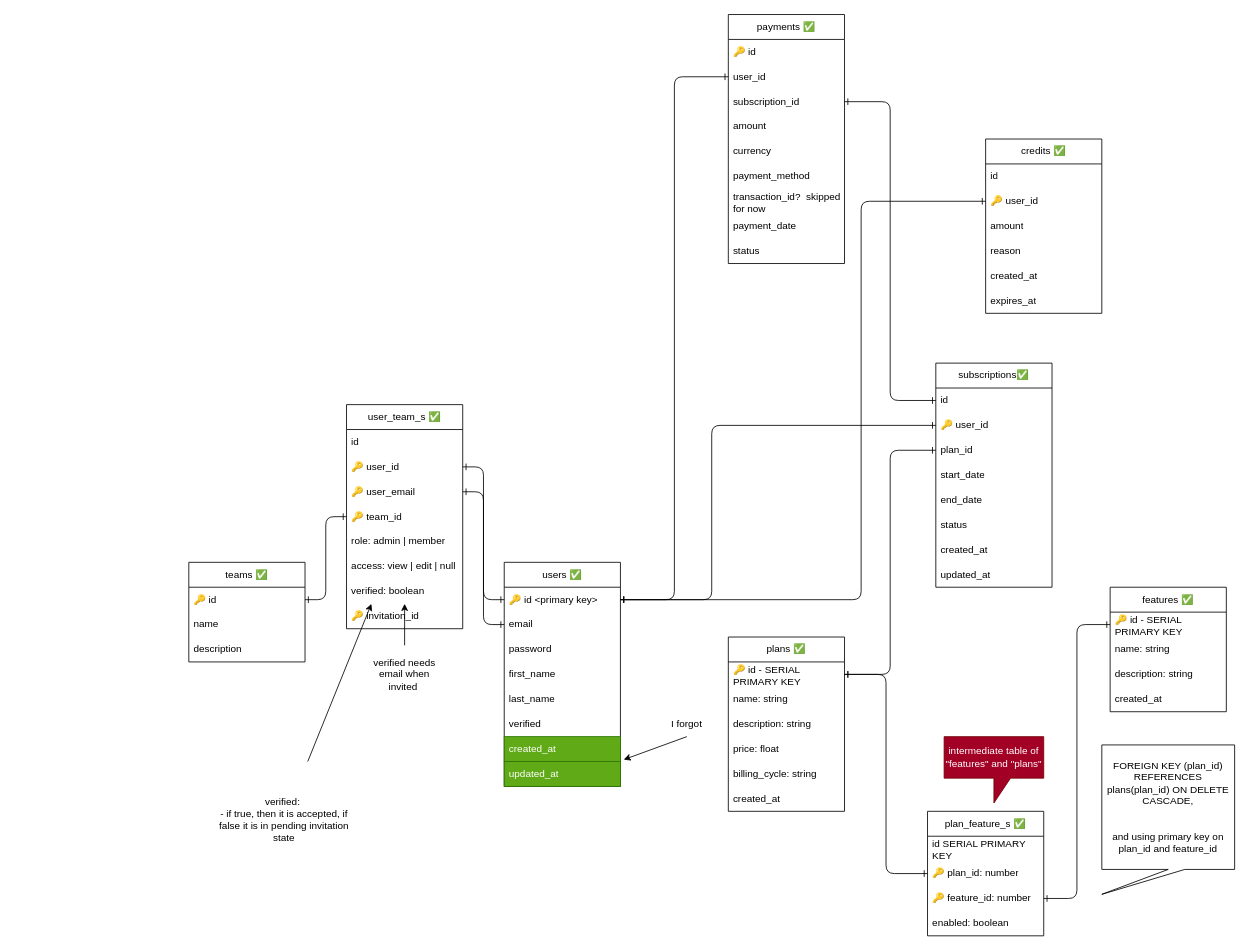
Earlier version of the draw.io diagram page "database design" (1 of 6) of sketch.drawio (danirisdiandita/Startup-Monorepo-Template). Source tidied: cells renumbered, new cells numbered last; positions are measured from the earlier drawing's top-left corner, leaving out a move shared by most shapes. Both pictures are drawn from the tidied source at 83%, with x=0, y=0 at pixel (188, 14).
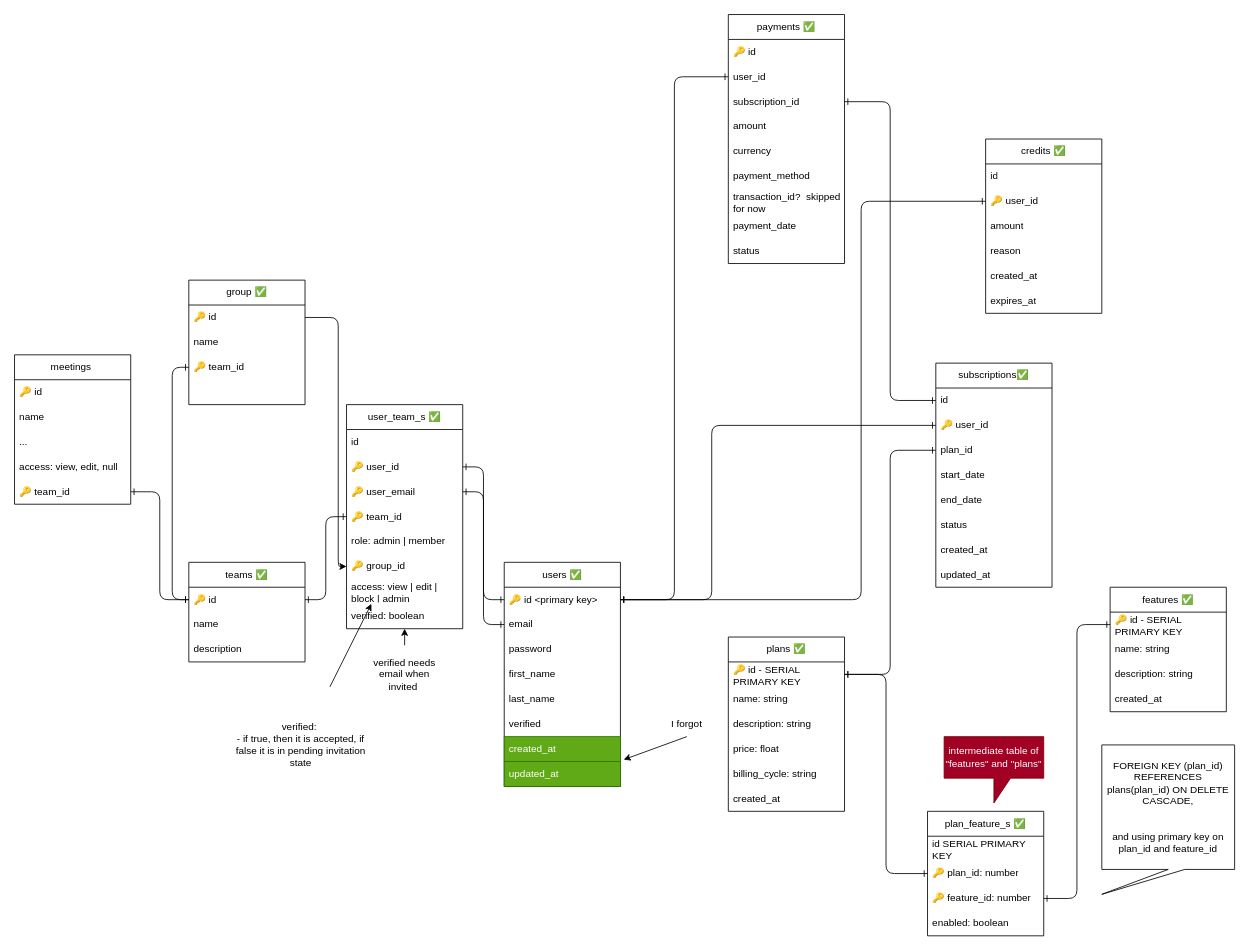
After the change.

The change refers to these unchanged cells:
```xml
<mxCell id="66" value="🔑 id" style="text;strokeColor=none;fillColor=none;align=left;verticalAlign=middle;spacingLeft=4;spacingRight=4;overflow=hidden;points=[[0,0.5],[1,0.5]];portConstraint=eastwest;whiteSpace=wrap;html=1;" parent="65" vertex="1">
  <mxGeometry y="30" width="140" height="30" as="geometry" />
</mxCell>
<mxCell id="69" value="user_team_s ✅" style="swimlane;fontStyle=0;horizontal=1;startSize=30;whiteSpace=wrap;html=1;" parent="1" vertex="1">
  <mxGeometry x="190" y="470" width="140" height="270" as="geometry" />
</mxCell>
```

The edit, as a diff of the source:
```diff
@@
+    <mxCell id="85" value="🔑 group_id" style="text;strokeColor=none;fillColor=none;align=left;verticalAlign=middle;spacingLeft=4;spacingRight=4;overflow=hidden;points=[[0,0.5],[1,0.5]];portConstraint=eastwest;whiteSpace=wrap;html=1;" parent="69" vertex="1">
+      <mxGeometry y="180" width="140" height="30" as="geometry" />
+    </mxCell>
-    <mxCell id="75" value="access: view | edit | null" style="text;strokeColor=none;fillColor=none;align=left;verticalAlign=middle;spacingLeft=4;spacingRight=4;overflow=hidden;whiteSpace=wrap;html=1;" parent="69" vertex="1">
-      <mxGeometry y="180" width="140" height="30" as="geometry" />
+    <mxCell id="75" value="access: view | edit | block | admin" style="text;strokeColor=none;fillColor=none;align=left;verticalAlign=middle;spacingLeft=4;spacingRight=4;overflow=hidden;whiteSpace=wrap;html=1;" parent="69" vertex="1">
+      <mxGeometry y="210" width="140" height="30" as="geometry" />
     </mxCell>
     <mxCell id="76" value="verified: boolean" style="text;strokeColor=none;fillColor=none;align=left;verticalAlign=middle;spacingLeft=4;spacingRight=4;overflow=hidden;points=[[0,0.5],[1,0.5]];portConstraint=eastwest;whiteSpace=wrap;html=1;" parent="69" vertex="1">
-      <mxGeometry y="210" width="140" height="30" as="geometry" />
+      <mxGeometry y="240" width="140" height="30" as="geometry" />
     </mxCell>
-    <mxCell id="77" value="🔑 invitation_id" style="text;strokeColor=none;fillColor=none;align=left;verticalAlign=middle;spacingLeft=4;spacingRight=4;overflow=hidden;whiteSpace=wrap;html=1;" parent="69" vertex="1">
-      <mxGeometry y="240" width="140" height="30" as="geometry" />
-    </mxCell>
@@
     <mxCell id="84" value="verified:&amp;nbsp;&lt;br&gt;- if true, then it is accepted, if false it is in pending invitation state" style="text;html=1;strokeColor=none;fillColor=none;align=center;verticalAlign=middle;whiteSpace=wrap;rounded=0;" parent="1" vertex="1">
-      <mxGeometry x="30" y="900" width="170" height="140" as="geometry" />
+      <mxGeometry x="50" y="810" width="170" height="140" as="geometry" />
     </mxCell>
+    <mxCell id="86" value="meetings&amp;nbsp;" style="swimlane;fontStyle=0;horizontal=1;startSize=30;whiteSpace=wrap;html=1;" parent="1" vertex="1">
+      <mxGeometry x="-210" y="410" width="140" height="180" as="geometry" />
+    </mxCell>
+    <mxCell id="87" value="🔑 id" style="text;strokeColor=none;fillColor=none;align=left;verticalAlign=middle;spacingLeft=4;spacingRight=4;overflow=hidden;whiteSpace=wrap;html=1;" parent="86" vertex="1">
+      <mxGeometry y="30" width="140" height="30" as="geometry" />
+    </mxCell>
+    <mxCell id="88" value="name" style="text;strokeColor=none;fillColor=none;align=left;verticalAlign=middle;spacingLeft=4;spacingRight=4;overflow=hidden;whiteSpace=wrap;html=1;" parent="86" vertex="1">
+      <mxGeometry y="60" width="140" height="30" as="geometry" />
+    </mxCell>
+    <mxCell id="89" value="..." style="text;strokeColor=none;fillColor=none;align=left;verticalAlign=middle;spacingLeft=4;spacingRight=4;overflow=hidden;whiteSpace=wrap;html=1;" parent="86" vertex="1">
+      <mxGeometry y="90" width="140" height="30" as="geometry" />
+    </mxCell>
+    <mxCell id="90" value="access: view, edit, null" style="text;strokeColor=none;fillColor=none;align=left;verticalAlign=middle;spacingLeft=4;spacingRight=4;overflow=hidden;whiteSpace=wrap;html=1;" parent="86" vertex="1">
+      <mxGeometry y="120" width="140" height="30" as="geometry" />
+    </mxCell>
+    <mxCell id="91" value="🔑 team_id" style="text;strokeColor=none;fillColor=none;align=left;verticalAlign=middle;spacingLeft=4;spacingRight=4;overflow=hidden;points=[[0,0.5],[1,0.5]];portConstraint=eastwest;whiteSpace=wrap;html=1;" parent="86" vertex="1">
+      <mxGeometry y="150" width="140" height="30" as="geometry" />
+    </mxCell>
+    <mxCell id="92" style="edgeStyle=orthogonalEdgeStyle;rounded=1;jettySize=auto;html=1;exitX=1;exitY=0.5;exitDx=0;exitDy=0;entryX=0;entryY=0.5;entryDx=0;entryDy=0;startArrow=ERone;startFill=0;endArrow=ERone;endFill=0;" parent="1" edge="1" source="91" target="66">
+      <mxGeometry relative="1" as="geometry" />
+    </mxCell>
+    <mxCell id="93" value="group ✅" style="swimlane;fontStyle=0;horizontal=1;startSize=30;whiteSpace=wrap;html=1;" parent="1" vertex="1">
+      <mxGeometry y="320" width="140" height="150" as="geometry" />
+    </mxCell>
+    <mxCell id="94" value="🔑 id" style="text;strokeColor=none;fillColor=none;align=left;verticalAlign=middle;spacingLeft=4;spacingRight=4;overflow=hidden;points=[[0,0.5],[1,0.5]];portConstraint=eastwest;whiteSpace=wrap;html=1;" parent="93" vertex="1">
+      <mxGeometry y="30" width="140" height="30" as="geometry" />
+    </mxCell>
+    <mxCell id="95" value="name" style="text;strokeColor=none;fillColor=none;align=left;verticalAlign=middle;spacingLeft=4;spacingRight=4;overflow=hidden;whiteSpace=wrap;html=1;" parent="93" vertex="1">
+      <mxGeometry y="60" width="140" height="30" as="geometry" />
+    </mxCell>
+    <mxCell id="96" value="🔑 team_id" style="text;strokeColor=none;fillColor=none;align=left;verticalAlign=middle;spacingLeft=4;spacingRight=4;overflow=hidden;points=[[0,0.5],[1,0.5]];portConstraint=eastwest;whiteSpace=wrap;html=1;" parent="93" vertex="1">
+      <mxGeometry y="90" width="140" height="30" as="geometry" />
+    </mxCell>
+    <mxCell id="97" style="text;strokeColor=none;fillColor=none;align=left;verticalAlign=middle;spacingLeft=4;spacingRight=4;overflow=hidden;whiteSpace=wrap;html=1;" parent="93" vertex="1">
+      <mxGeometry y="120" width="140" height="30" as="geometry" />
+    </mxCell>
+    <mxCell id="98" style="edgeStyle=orthogonalEdgeStyle;rounded=1;jettySize=auto;html=1;exitX=0;exitY=0.5;exitDx=0;exitDy=0;entryX=0;entryY=0.5;entryDx=0;entryDy=0;startArrow=ERone;startFill=0;endArrow=ERone;endFill=0;" parent="1" edge="1" source="96" target="66">
+      <mxGeometry relative="1" as="geometry">
+        <Array as="points">
+          <mxPoint x="-20" y="425" />
+          <mxPoint x="-20" y="705" />
+        </Array>
+      </mxGeometry>
+    </mxCell>
+    <mxCell id="99" style="edgeStyle=orthogonalEdgeStyle;rounded=1;jettySize=auto;html=1;exitX=1;exitY=0.5;exitDx=0;exitDy=0;entryX=0;entryY=0.5;entryDx=0;entryDy=0;" parent="1" edge="1" source="94" target="85">
+      <mxGeometry relative="1" as="geometry">
+        <Array as="points">
+          <mxPoint x="180" y="365" />
+          <mxPoint x="180" y="665" />
+        </Array>
+      </mxGeometry>
+    </mxCell>
```
